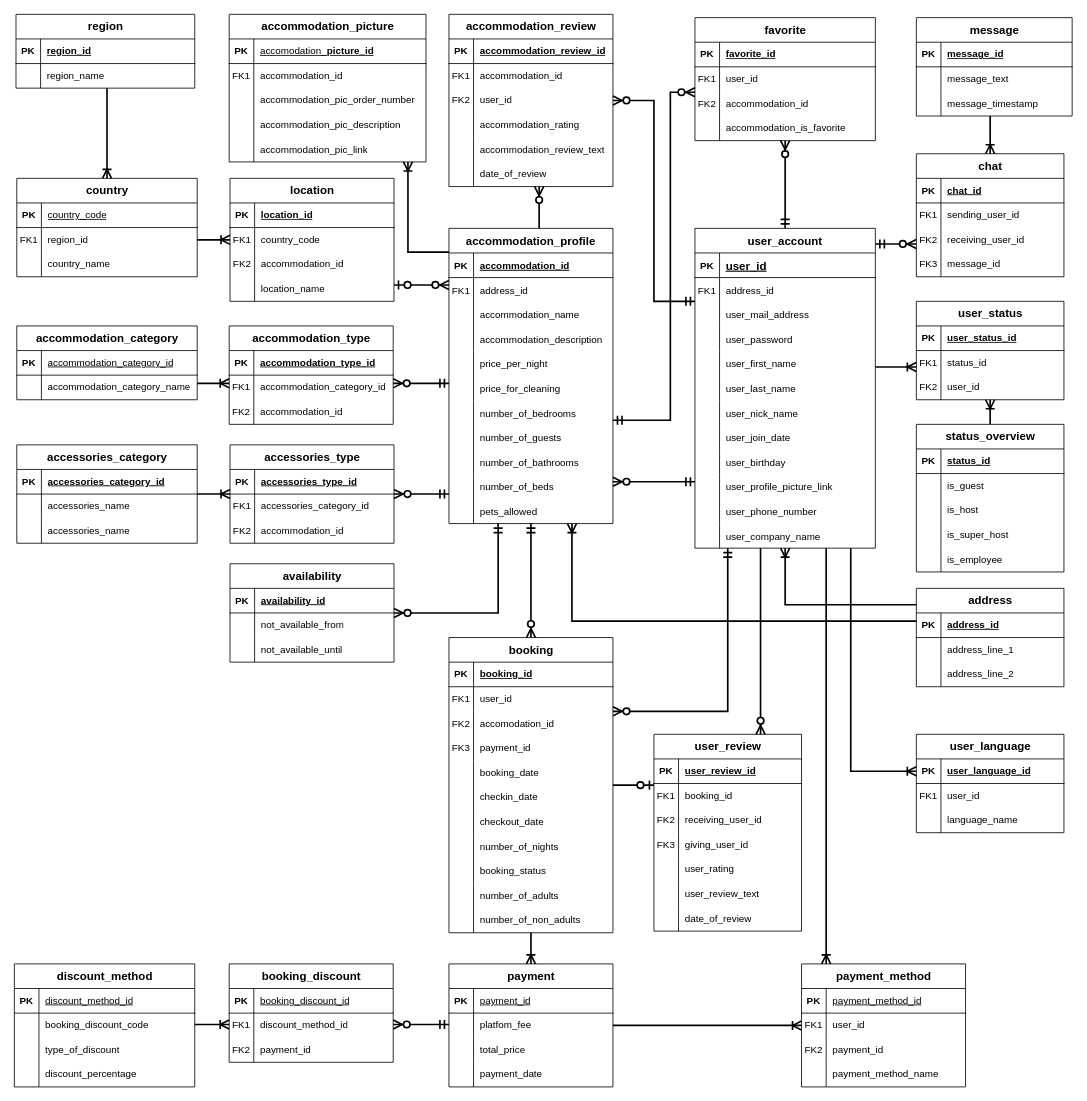
The draw.io diagram Steffbnb.drawio in DaSteff91/SQL_Repo, before the edit. Source tidied: cells renumbered, new cells numbered last; positions are measured from the earlier drawing's top-left corner, leaving out a move shared by most shapes. Both pictures are drawn from the tidied source at 82%, with x=0, y=0 at pixel (14, 14).
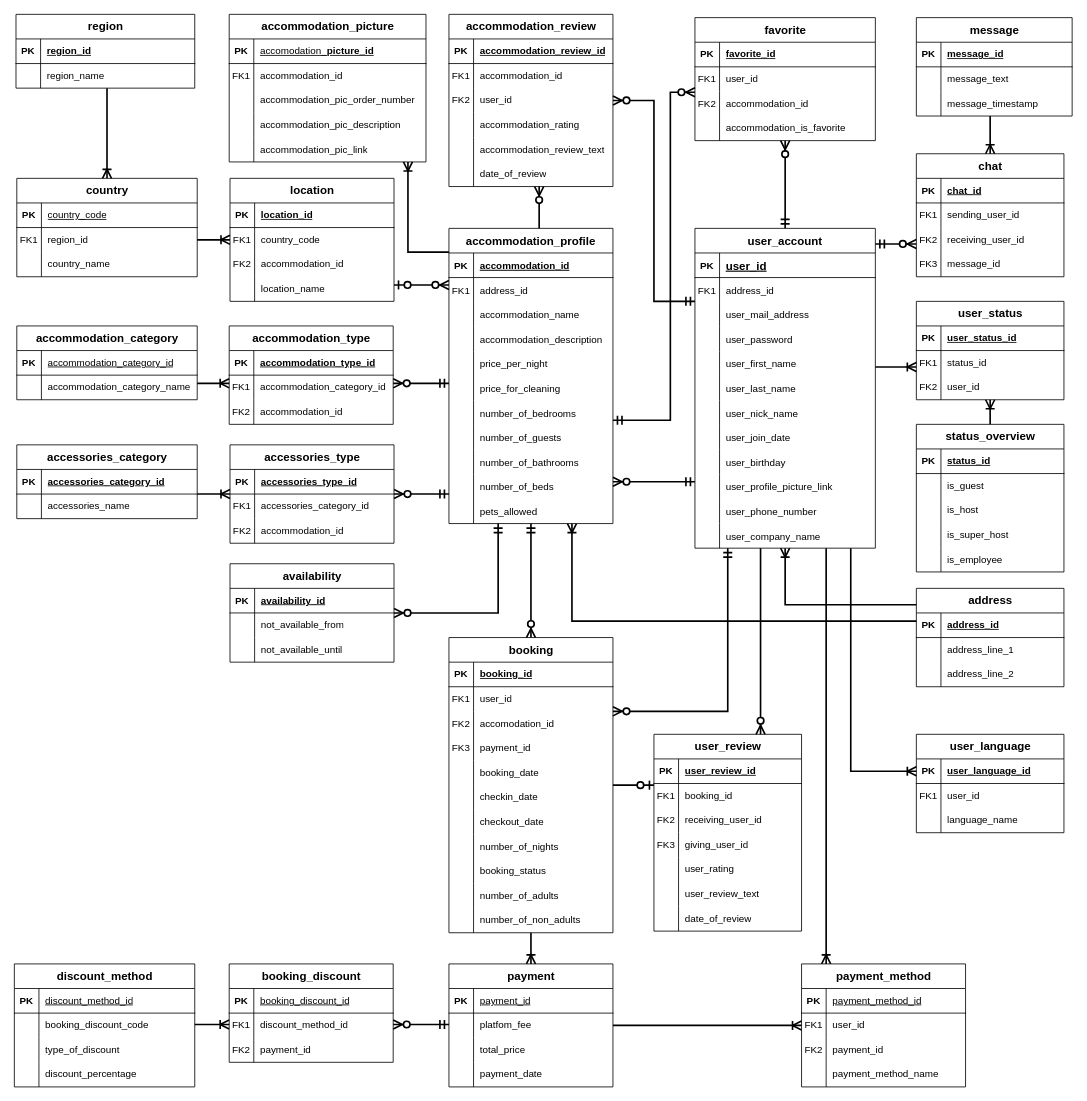
Above is the later version.

Unchanged cells that the change refers to:
```xml
<mxCell id="379" value="accessories_type" style="shape=table;startSize=30;childLayout=tableLayout;rowLines=0;fontStyle=1;align=center;html=1;fontSize=14;labelBackgroundColor=none;" parent="1" vertex="1">
  <mxGeometry x="263" y="525" width="200" height="120" as="geometry" />
</mxCell>
```

The edit, as a diff of the source:
```diff
@@
     <mxCell id="304" value="accessories_category" style="shape=table;startSize=30;childLayout=tableLayout;rowLines=0;fontStyle=1;align=center;html=1;fontSize=14;labelBackgroundColor=none;" parent="1" vertex="1">
-      <mxGeometry x="3" y="525" width="220" height="120" as="geometry" />
+      <mxGeometry x="3" y="525" width="220" height="90" as="geometry" />
     </mxCell>
@@
-    <mxCell id="311" style="shape=tableRow;horizontal=0;startSize=0;swimlaneHead=0;swimlaneBody=0;fillColor=none;top=0;left=0;right=0;bottom=0;labelBackgroundColor=none;" parent="304" vertex="1">
-      <mxGeometry y="90" width="220" height="30" as="geometry" />
-    </mxCell>
-    <mxCell id="312" style="shape=partialRectangle;fillColor=none;top=0;left=0;bottom=0;right=0;overflow=hidden;whiteSpace=wrap;html=1;labelBackgroundColor=none;" parent="311" vertex="1">
-      <mxGeometry width="30" height="30" as="geometry" />
-    </mxCell>
-    <mxCell id="313" value="&lt;span style=&quot;text-align: center;&quot;&gt;&lt;span style=&quot;font-weight: 400; text-wrap: nowrap;&quot;&gt;accessories&lt;/span&gt;&lt;span style=&quot;font-weight: normal; text-wrap: nowrap;&quot;&gt;_name&lt;/span&gt;&lt;/span&gt;" style="shape=partialRectangle;fillColor=none;top=0;left=0;bottom=0;right=0;align=left;spacingLeft=6;overflow=hidden;whiteSpace=wrap;html=1;fontStyle=1;labelBackgroundColor=none;" parent="311" vertex="1">
-      <mxGeometry x="30" width="190" height="30" as="geometry" />
-    </mxCell>
     <mxCell id="314" style="fontSize=12;html=1;endArrow=ERoneToMany;rounded=0;startSize=8;endSize=8;strokeWidth=2;edgeStyle=orthogonalEdgeStyle;labelBackgroundColor=none;fontColor=default;" parent="1" edge="1" source="304" target="379">
-      <mxGeometry relative="1" as="geometry" />
+      <mxGeometry relative="1" as="geometry">
+        <Array as="points">
+          <mxPoint x="240" y="585" />
+          <mxPoint x="240" y="585" />
+        </Array>
+      </mxGeometry>
     </mxCell>
```
